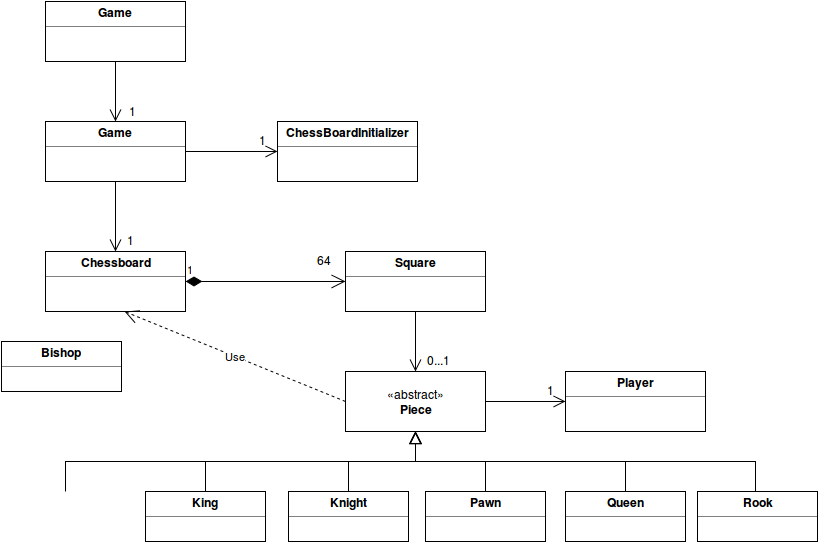
Above: dokumentaatio/Luokkakaavio.png in salsam/Samin-shakki (draw.io), before the change. Source tidied: cells renumbered, new cells last; positions are measured from the earlier drawing's top-left corner, leaving out a move shared by most shapes. The source it was exported from:
```xml
<mxGraphModel background="#ffffff">
  <root>
    <mxCell id="0" />
    <mxCell id="1" parent="0" />
    <mxCell id="2" value="1" style="endArrow=open;html=1;endSize=12;startArrow=diamondThin;startSize=14;startFill=1;edgeStyle=orthogonalEdgeStyle;align=left;verticalAlign=bottom;" parent="1" edge="1">
      <mxGeometry x="-1" y="3" relative="1" as="geometry">
        <mxPoint x="184" y="280" as="sourcePoint" />
        <mxPoint x="344" y="280" as="targetPoint" />
        <Array as="points">
          <mxPoint x="264" y="280" />
          <mxPoint x="264" y="280" />
        </Array>
      </mxGeometry>
    </mxCell>
    <mxCell id="3" value="64" style="text;html=1;align=left;verticalAlign=top;spacingTop=-4;" parent="1" vertex="1">
      <mxGeometry x="314" y="250" width="30" height="20" as="geometry" />
    </mxCell>
    <mxCell id="4" style="edgeStyle=orthogonalEdgeStyle;rounded=0;html=1;entryX=0;entryY=0.5;endArrow=open;endFill=0;jettySize=auto;strokeWidth=1;endSize=10;" parent="1" edge="1" source="5" target="23">
      <mxGeometry relative="1" as="geometry" />
    </mxCell>
    <mxCell id="5" value="«abstract»&lt;br&gt;&lt;b&gt;Piece&lt;/b&gt;" style="html=1;" parent="1" vertex="1">
      <mxGeometry x="344" y="370" width="140" height="60" as="geometry" />
    </mxCell>
    <mxCell id="6" value="&lt;p style=&quot;margin: 0px ; margin-top: 4px ; text-align: center&quot;&gt;&lt;b&gt;Chessboard&lt;/b&gt;&lt;/p&gt;&lt;hr size=&quot;1&quot;&gt;&lt;div style=&quot;height: 2px&quot;&gt;&lt;/div&gt;" style="verticalAlign=top;align=left;overflow=fill;fontSize=12;fontFamily=Helvetica;html=1;" parent="1" vertex="1">
      <mxGeometry x="44" y="250" width="140" height="60" as="geometry" />
    </mxCell>
    <mxCell id="7" style="edgeStyle=orthogonalEdgeStyle;rounded=0;html=1;jettySize=auto;endSize=10;endArrow=open;endFill=0;" parent="1" edge="1" source="8" target="5">
      <mxGeometry relative="1" as="geometry" />
    </mxCell>
    <mxCell id="8" value="&lt;p style=&quot;margin: 0px ; margin-top: 4px ; text-align: center&quot;&gt;&lt;b&gt;Square&lt;/b&gt;&lt;br&gt;&lt;/p&gt;&lt;hr size=&quot;1&quot;&gt;&lt;div style=&quot;height: 2px&quot;&gt;&lt;/div&gt;" style="verticalAlign=top;align=left;overflow=fill;fontSize=12;fontFamily=Helvetica;html=1;" parent="1" vertex="1">
      <mxGeometry x="344" y="250" width="140" height="60" as="geometry" />
    </mxCell>
    <mxCell id="9" value="0...1" style="text;html=1;align=left;verticalAlign=top;spacingTop=-4;" parent="1" vertex="1">
      <mxGeometry x="424" y="350" width="40" height="20" as="geometry" />
    </mxCell>
    <mxCell id="10" style="edgeStyle=orthogonalEdgeStyle;rounded=0;html=1;jettySize=auto;orthogonalLoop=1;endArrow=block;endFill=0;fillColor=#ffffff;strokeColor=#000000;endSize=10;" parent="1" edge="1">
      <mxGeometry relative="1" as="geometry">
        <mxPoint x="64" y="490" as="sourcePoint" />
        <mxPoint x="414" y="430" as="targetPoint" />
        <Array as="points">
          <mxPoint x="64" y="460" />
          <mxPoint x="414" y="460" />
        </Array>
      </mxGeometry>
    </mxCell>
    <mxCell id="11" value="&lt;p style=&quot;margin: 0px ; margin-top: 4px ; text-align: center&quot;&gt;&lt;b&gt;Bishop&lt;/b&gt;&lt;br&gt;&lt;/p&gt;&lt;hr size=&quot;1&quot;&gt;&lt;div style=&quot;height: 2px&quot;&gt;&lt;/div&gt;" style="verticalAlign=top;align=left;overflow=fill;fontSize=12;fontFamily=Helvetica;html=1;" parent="1" vertex="1">
      <mxGeometry y="340" width="120" height="50" as="geometry" />
    </mxCell>
    <mxCell id="12" style="edgeStyle=orthogonalEdgeStyle;rounded=0;html=1;jettySize=auto;endArrow=block;endFill=0;endSize=10;" parent="1" edge="1" source="13" target="5">
      <mxGeometry relative="1" as="geometry" />
    </mxCell>
    <mxCell id="13" value="&lt;p style=&quot;margin: 0px ; margin-top: 4px ; text-align: center&quot;&gt;&lt;b&gt;Pawn&lt;/b&gt;&lt;br&gt;&lt;/p&gt;&lt;hr size=&quot;1&quot;&gt;&lt;div style=&quot;height: 2px&quot;&gt;&lt;/div&gt;" style="verticalAlign=top;align=left;overflow=fill;fontSize=12;fontFamily=Helvetica;html=1;direction=west;" parent="1" vertex="1">
      <mxGeometry x="424" y="490" width="120" height="50" as="geometry" />
    </mxCell>
    <mxCell id="14" style="rounded=0;html=1;jettySize=auto;orthogonalLoop=1;endArrow=block;endFill=0;strokeWidth=1;edgeStyle=orthogonalEdgeStyle;endSize=10;" parent="1" edge="1">
      <mxGeometry relative="1" as="geometry">
        <mxPoint x="754" y="490" as="sourcePoint" />
        <mxPoint x="414" y="430" as="targetPoint" />
        <Array as="points">
          <mxPoint x="754" y="460" />
          <mxPoint x="414" y="460" />
        </Array>
      </mxGeometry>
    </mxCell>
    <mxCell id="15" value="&lt;p style=&quot;margin: 0px ; margin-top: 4px ; text-align: center&quot;&gt;&lt;b&gt;Rook&lt;/b&gt;&lt;/p&gt;&lt;hr size=&quot;1&quot;&gt;&lt;div style=&quot;height: 2px&quot;&gt;&lt;/div&gt;" style="verticalAlign=top;align=left;overflow=fill;fontSize=12;fontFamily=Helvetica;html=1;" parent="1" vertex="1">
      <mxGeometry x="696" y="490" width="120" height="50" as="geometry" />
    </mxCell>
    <mxCell id="16" value="Use" style="endArrow=open;endSize=12;dashed=1;html=1;entryX=0.564;entryY=1;entryPerimeter=0;" parent="1" edge="1" target="6">
      <mxGeometry relative="1" as="geometry">
        <mxPoint x="344" y="400" as="sourcePoint" />
      </mxGeometry>
    </mxCell>
    <mxCell id="17" style="edgeStyle=orthogonalEdgeStyle;rounded=0;html=1;jettySize=auto;endArrow=block;endFill=0;endSize=10;" parent="1" edge="1" source="18">
      <mxGeometry relative="1" as="geometry">
        <mxPoint x="414" y="430" as="targetPoint" />
        <Array as="points">
          <mxPoint x="624" y="460" />
          <mxPoint x="414" y="460" />
        </Array>
      </mxGeometry>
    </mxCell>
    <mxCell id="18" value="&lt;p style=&quot;margin: 0px ; margin-top: 4px ; text-align: center&quot;&gt;&lt;b&gt;Queen&lt;/b&gt;&lt;br&gt;&lt;/p&gt;&lt;hr size=&quot;1&quot;&gt;&lt;div style=&quot;height: 2px&quot;&gt;&lt;/div&gt;" style="verticalAlign=top;align=left;overflow=fill;fontSize=12;fontFamily=Helvetica;html=1;" parent="1" vertex="1">
      <mxGeometry x="564" y="490" width="120" height="50" as="geometry" />
    </mxCell>
    <mxCell id="19" style="edgeStyle=orthogonalEdgeStyle;rounded=0;html=1;jettySize=auto;endArrow=block;endFill=0;endSize=10;" parent="1" edge="1" source="20" target="5">
      <mxGeometry relative="1" as="geometry" />
    </mxCell>
    <mxCell id="20" value="&lt;p style=&quot;margin: 0px ; margin-top: 4px ; text-align: center&quot;&gt;&lt;b&gt;Knight&lt;/b&gt;&lt;br&gt;&lt;/p&gt;&lt;hr size=&quot;1&quot;&gt;&lt;div style=&quot;height: 2px&quot;&gt;&lt;/div&gt;" style="verticalAlign=top;align=left;overflow=fill;fontSize=12;fontFamily=Helvetica;html=1;" parent="1" vertex="1">
      <mxGeometry x="287" y="490" width="120" height="50" as="geometry" />
    </mxCell>
    <mxCell id="21" style="edgeStyle=orthogonalEdgeStyle;rounded=0;html=1;jettySize=auto;endArrow=block;endFill=0;strokeWidth=1;startSize=6;endSize=10;" parent="1" edge="1" source="22">
      <mxGeometry relative="1" as="geometry">
        <mxPoint x="414" y="430" as="targetPoint" />
        <Array as="points">
          <mxPoint x="204" y="460" />
          <mxPoint x="414" y="460" />
        </Array>
      </mxGeometry>
    </mxCell>
    <mxCell id="22" value="&lt;p style=&quot;margin: 0px ; margin-top: 4px ; text-align: center&quot;&gt;&lt;b&gt;King&lt;/b&gt;&lt;br&gt;&lt;/p&gt;&lt;hr size=&quot;1&quot;&gt;&lt;div style=&quot;height: 2px&quot;&gt;&lt;/div&gt;" style="verticalAlign=top;align=left;overflow=fill;fontSize=12;fontFamily=Helvetica;html=1;" parent="1" vertex="1">
      <mxGeometry x="144" y="490" width="120" height="50" as="geometry" />
    </mxCell>
    <mxCell id="23" value="&lt;p style=&quot;margin: 0px ; margin-top: 4px ; text-align: center&quot;&gt;&lt;b&gt;Player&lt;/b&gt;&lt;br&gt;&lt;/p&gt;&lt;hr size=&quot;1&quot;&gt;&lt;div style=&quot;height: 2px&quot;&gt;&lt;/div&gt;" style="verticalAlign=top;align=left;overflow=fill;fontSize=12;fontFamily=Helvetica;html=1;" parent="1" vertex="1">
      <mxGeometry x="564" y="370" width="140" height="60" as="geometry" />
    </mxCell>
    <mxCell id="24" value="1" style="text;html=1;align=left;verticalAlign=top;spacingTop=-4;" parent="1" vertex="1">
      <mxGeometry x="544" y="380" width="20" height="20" as="geometry" />
    </mxCell>
    <mxCell id="25" style="edgeStyle=orthogonalEdgeStyle;rounded=0;html=1;startSize=6;endArrow=open;endFill=0;endSize=10;jettySize=auto;strokeWidth=1;" parent="1" edge="1" source="27" target="6">
      <mxGeometry relative="1" as="geometry" />
    </mxCell>
    <mxCell id="26" style="edgeStyle=orthogonalEdgeStyle;rounded=0;html=1;startSize=6;endArrow=open;endFill=0;endSize=10;jettySize=auto;strokeWidth=1;" parent="1" edge="1" source="27" target="28">
      <mxGeometry relative="1" as="geometry" />
    </mxCell>
    <mxCell id="27" value="&lt;p style=&quot;margin: 0px ; margin-top: 4px ; text-align: center&quot;&gt;&lt;b&gt;Game&lt;/b&gt;&lt;br&gt;&lt;/p&gt;&lt;hr size=&quot;1&quot;&gt;&lt;div style=&quot;height: 2px&quot;&gt;&lt;/div&gt;" style="verticalAlign=top;align=left;overflow=fill;fontSize=12;fontFamily=Helvetica;html=1;" parent="1" vertex="1">
      <mxGeometry x="44" y="120" width="140" height="60" as="geometry" />
    </mxCell>
    <mxCell id="28" value="&lt;p style=&quot;margin: 0px ; margin-top: 4px ; text-align: center&quot;&gt;&lt;b&gt;ChessBoardInitializer&lt;/b&gt;&lt;/p&gt;&lt;hr size=&quot;1&quot;&gt;&lt;div style=&quot;height: 2px&quot;&gt;&lt;/div&gt;" style="verticalAlign=top;align=left;overflow=fill;fontSize=12;fontFamily=Helvetica;html=1;" parent="1" vertex="1">
      <mxGeometry x="276" y="120" width="140" height="60" as="geometry" />
    </mxCell>
    <mxCell id="29" value="1" style="text;html=1;align=left;verticalAlign=top;spacingTop=-4;" parent="1" vertex="1">
      <mxGeometry x="256" y="130" width="20" height="20" as="geometry" />
    </mxCell>
    <mxCell id="30" value="1" style="text;html=1;align=left;verticalAlign=top;spacingTop=-4;" parent="1" vertex="1">
      <mxGeometry x="124" y="230" width="20" height="20" as="geometry" />
    </mxCell>
    <mxCell id="31" style="edgeStyle=orthogonalEdgeStyle;rounded=0;html=1;entryX=0.5;entryY=0;startSize=6;endArrow=open;endFill=0;endSize=10;jettySize=auto;strokeWidth=1;" parent="1" edge="1" source="32" target="27">
      <mxGeometry relative="1" as="geometry" />
    </mxCell>
    <mxCell id="32" value="&lt;p style=&quot;margin: 0px ; margin-top: 4px ; text-align: center&quot;&gt;&lt;b&gt;Game&lt;/b&gt;&lt;br&gt;&lt;/p&gt;&lt;hr size=&quot;1&quot;&gt;&lt;div style=&quot;height: 2px&quot;&gt;&lt;/div&gt;" style="verticalAlign=top;align=left;overflow=fill;fontSize=12;fontFamily=Helvetica;html=1;" parent="1" vertex="1">
      <mxGeometry x="44" width="140" height="60" as="geometry" />
    </mxCell>
    <mxCell id="33" value="1" style="text;html=1;strokeColor=none;fillColor=none;align=center;verticalAlign=middle;whiteSpace=wrap;overflow=hidden;" parent="1" vertex="1">
      <mxGeometry x="110" y="100" width="40" height="20" as="geometry" />
    </mxCell>
  </root>
</mxGraphModel>
```
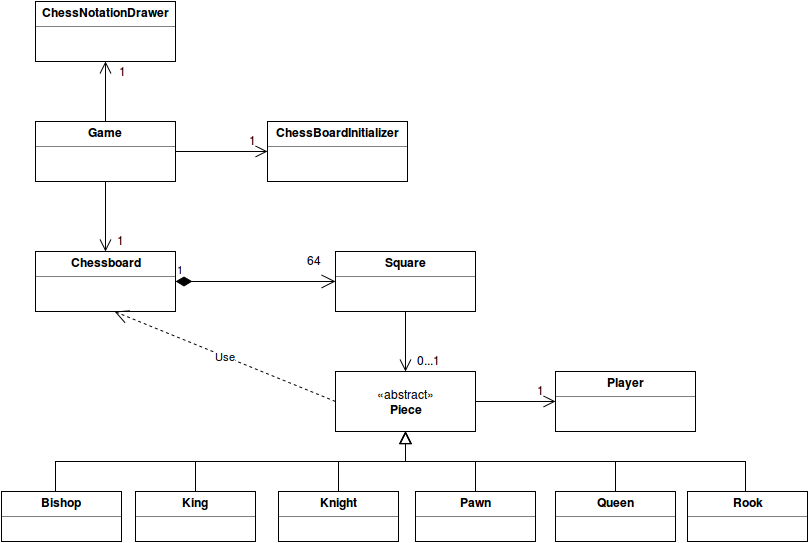
The same diagram one commit later.

Commit message:
Luokkakaavion päivitys

Diff of the diagram source:
```diff
@@ -44,7 +44,7 @@
       </mxGeometry>
     </mxCell>
     <mxCell id="11" value="&lt;p style=&quot;margin: 0px ; margin-top: 4px ; text-align: center&quot;&gt;&lt;b&gt;Bishop&lt;/b&gt;&lt;br&gt;&lt;/p&gt;&lt;hr size=&quot;1&quot;&gt;&lt;div style=&quot;height: 2px&quot;&gt;&lt;/div&gt;" style="verticalAlign=top;align=left;overflow=fill;fontSize=12;fontFamily=Helvetica;html=1;" parent="1" vertex="1">
-      <mxGeometry y="340" width="120" height="50" as="geometry" />
+      <mxGeometry x="10" y="490" width="120" height="50" as="geometry" />
     </mxCell>
     <mxCell id="12" style="edgeStyle=orthogonalEdgeStyle;rounded=0;html=1;jettySize=auto;endArrow=block;endFill=0;endSize=10;" parent="1" edge="1" source="13" target="5">
       <mxGeometry relative="1" as="geometry" />
@@ -112,6 +112,9 @@
     <mxCell id="26" style="edgeStyle=orthogonalEdgeStyle;rounded=0;html=1;startSize=6;endArrow=open;endFill=0;endSize=10;jettySize=auto;strokeWidth=1;" parent="1" edge="1" source="27" target="28">
       <mxGeometry relative="1" as="geometry" />
     </mxCell>
+    <mxCell id="34" style="edgeStyle=orthogonalEdgeStyle;rounded=0;html=1;entryX=0.5;entryY=1;startSize=6;endArrow=open;endFill=0;endSize=10;jettySize=auto;strokeWidth=1;" parent="1" edge="1" source="27" target="35">
+      <mxGeometry relative="1" as="geometry" />
+    </mxCell>
     <mxCell id="27" value="&lt;p style=&quot;margin: 0px ; margin-top: 4px ; text-align: center&quot;&gt;&lt;b&gt;Game&lt;/b&gt;&lt;br&gt;&lt;/p&gt;&lt;hr size=&quot;1&quot;&gt;&lt;div style=&quot;height: 2px&quot;&gt;&lt;/div&gt;" style="verticalAlign=top;align=left;overflow=fill;fontSize=12;fontFamily=Helvetica;html=1;" parent="1" vertex="1">
       <mxGeometry x="44" y="120" width="140" height="60" as="geometry" />
     </mxCell>
@@ -124,14 +127,11 @@
     <mxCell id="30" value="1" style="text;html=1;align=left;verticalAlign=top;spacingTop=-4;" parent="1" vertex="1">
       <mxGeometry x="124" y="230" width="20" height="20" as="geometry" />
     </mxCell>
-    <mxCell id="31" style="edgeStyle=orthogonalEdgeStyle;rounded=0;html=1;entryX=0.5;entryY=0;startSize=6;endArrow=open;endFill=0;endSize=10;jettySize=auto;strokeWidth=1;" parent="1" edge="1" source="32" target="27">
-      <mxGeometry relative="1" as="geometry" />
-    </mxCell>
-    <mxCell id="32" value="&lt;p style=&quot;margin: 0px ; margin-top: 4px ; text-align: center&quot;&gt;&lt;b&gt;Game&lt;/b&gt;&lt;br&gt;&lt;/p&gt;&lt;hr size=&quot;1&quot;&gt;&lt;div style=&quot;height: 2px&quot;&gt;&lt;/div&gt;" style="verticalAlign=top;align=left;overflow=fill;fontSize=12;fontFamily=Helvetica;html=1;" parent="1" vertex="1">
-      <mxGeometry x="44" width="140" height="60" as="geometry" />
-    </mxCell>
     <mxCell id="33" value="1" style="text;html=1;strokeColor=none;fillColor=none;align=center;verticalAlign=middle;whiteSpace=wrap;overflow=hidden;" parent="1" vertex="1">
-      <mxGeometry x="110" y="100" width="40" height="20" as="geometry" />
+      <mxGeometry x="110" y="60" width="40" height="20" as="geometry" />
     </mxCell>
+    <mxCell id="35" value="&lt;p style=&quot;margin: 0px ; margin-top: 4px ; text-align: center&quot;&gt;&lt;b&gt;ChessNotationDrawer&lt;/b&gt;&lt;/p&gt;&lt;hr size=&quot;1&quot;&gt;&lt;div style=&quot;height: 2px&quot;&gt;&lt;/div&gt;" style="verticalAlign=top;align=left;overflow=fill;fontSize=12;fontFamily=Helvetica;html=1;" parent="1" vertex="1">
+      <mxGeometry x="44" width="140" height="60" as="geometry" />
+    </mxCell>
   </root>
 </mxGraphModel>
```
